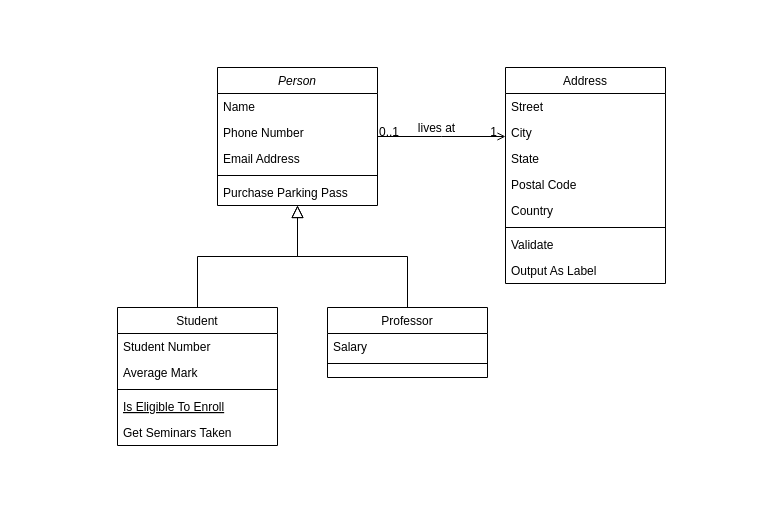
Before: trabalhoPOO.drawio in ViniciusHansen/diagramas, a draw.io diagram. Source tidied: cells renumbered, new cells numbered last; positions are measured from the earlier drawing's top-left corner, leaving out a move shared by most shapes. Both pictures are drawn from the tidied source at 100%, with x=0, y=0 at pixel (117, 67).
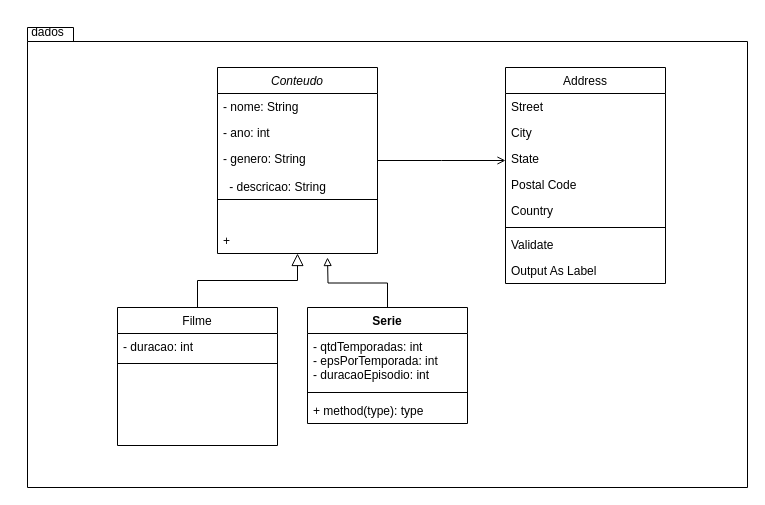
The same page after the edit.

The change refers to these unchanged cells:
```xml
<mxCell id="28" style="endArrow=open;shadow=0;strokeWidth=1;rounded=0;endFill=1;edgeStyle=elbowEdgeStyle;elbow=vertical;" parent="1" edge="1" source="2" target="19">
  <mxGeometry x="0.5" y="41" relative="1" as="geometry">
    <mxPoint x="-40" y="32" as="offset" />
  </mxGeometry>
</mxCell>
```

The edit, as a diff of the source:
```diff
@@
+    <mxCell id="32" style="shape=folder;fontStyle=1;spacingTop=10;tabWidth=40;tabHeight=14;tabPosition=left;html=1;" parent="1" vertex="1">
+      <mxGeometry x="-90" y="-40" width="720" height="460" as="geometry" />
+    </mxCell>
-    <mxCell id="2" value="Person" style="swimlane;fontStyle=2;align=center;verticalAlign=top;horizontal=1;startSize=26;rounded=0;shadow=0;strokeWidth=1;" parent="1" vertex="1">
-      <mxGeometry x="100" width="160" height="138" as="geometry" />
+    <mxCell id="2" value="Conteudo" style="swimlane;fontStyle=2;align=center;verticalAlign=top;horizontal=1;startSize=26;rounded=0;shadow=0;strokeWidth=1;" parent="1" vertex="1">
+      <mxGeometry x="100" width="160" height="186" as="geometry" />
     </mxCell>
-    <mxCell id="3" value="Name" style="text;align=left;verticalAlign=top;spacingLeft=4;spacingRight=4;overflow=hidden;" parent="2" vertex="1">
+    <mxCell id="3" value="- nome: String&#10;" style="text;align=left;verticalAlign=top;spacingLeft=4;spacingRight=4;overflow=hidden;" parent="2" vertex="1">
       <mxGeometry y="26" width="160" height="26" as="geometry" />
     </mxCell>
-    <mxCell id="4" value="Phone Number" style="text;align=left;verticalAlign=top;spacingLeft=4;spacingRight=4;overflow=hidden;rounded=0;shadow=0;html=0;" parent="2" vertex="1">
+    <mxCell id="4" value="- ano: int" style="text;align=left;verticalAlign=top;spacingLeft=4;spacingRight=4;overflow=hidden;rounded=0;shadow=0;html=0;" parent="2" vertex="1">
       <mxGeometry y="52" width="160" height="26" as="geometry" />
     </mxCell>
-    <mxCell id="5" value="Email Address" style="text;align=left;verticalAlign=top;spacingLeft=4;spacingRight=4;overflow=hidden;rounded=0;shadow=0;html=0;" parent="2" vertex="1">
+    <mxCell id="5" value="- genero: String&#10;" style="text;align=left;verticalAlign=top;spacingLeft=4;spacingRight=4;overflow=hidden;rounded=0;shadow=0;html=0;" parent="2" vertex="1">
       <mxGeometry y="78" width="160" height="26" as="geometry" />
     </mxCell>
     <mxCell id="6" style="line;html=1;strokeWidth=1;align=left;verticalAlign=middle;spacingTop=-1;spacingLeft=3;spacingRight=3;labelPosition=right;" parent="2" vertex="1">
-      <mxGeometry y="104" width="160" height="8" as="geometry" />
+      <mxGeometry y="104" width="160" height="56" as="geometry" />
     </mxCell>
-    <mxCell id="7" value="Purchase Parking Pass" style="text;align=left;verticalAlign=top;spacingLeft=4;spacingRight=4;overflow=hidden;" parent="2" vertex="1">
-      <mxGeometry y="112" width="160" height="26" as="geometry" />
+    <mxCell id="7" value="+" style="text;align=left;verticalAlign=top;spacingLeft=4;spacingRight=4;overflow=hidden;" parent="2" vertex="1">
+      <mxGeometry y="160" width="160" height="26" as="geometry" />
     </mxCell>
-    <mxCell id="8" value="Student" style="swimlane;fontStyle=0;align=center;verticalAlign=top;horizontal=1;startSize=26;rounded=0;shadow=0;strokeWidth=1;" parent="1" vertex="1">
+    <mxCell id="8" value="Filme" style="swimlane;fontStyle=0;align=center;verticalAlign=top;horizontal=1;startSize=26;rounded=0;shadow=0;strokeWidth=1;" parent="1" vertex="1">
       <mxGeometry y="240" width="160" height="138" as="geometry" />
     </mxCell>
-    <mxCell id="9" value="Student Number" style="text;align=left;verticalAlign=top;spacingLeft=4;spacingRight=4;overflow=hidden;" parent="8" vertex="1">
+    <mxCell id="9" value="- duracao: int" style="text;align=left;verticalAlign=top;spacingLeft=4;spacingRight=4;overflow=hidden;" parent="8" vertex="1">
       <mxGeometry y="26" width="160" height="26" as="geometry" />
     </mxCell>
-    <mxCell id="10" value="Average Mark" style="text;align=left;verticalAlign=top;spacingLeft=4;spacingRight=4;overflow=hidden;rounded=0;shadow=0;html=0;" parent="8" vertex="1">
-      <mxGeometry y="52" width="160" height="26" as="geometry" />
-    </mxCell>
     <mxCell id="11" style="line;html=1;strokeWidth=1;align=left;verticalAlign=middle;spacingTop=-1;spacingLeft=3;spacingRight=3;labelPosition=right;" parent="8" vertex="1">
-      <mxGeometry y="78" width="160" height="8" as="geometry" />
+      <mxGeometry y="52" width="160" height="8" as="geometry" />
     </mxCell>
-    <mxCell id="12" value="Is Eligible To Enroll" style="text;align=left;verticalAlign=top;spacingLeft=4;spacingRight=4;overflow=hidden;fontStyle=4;" parent="8" vertex="1">
-      <mxGeometry y="86" width="160" height="26" as="geometry" />
-    </mxCell>
-    <mxCell id="13" value="Get Seminars Taken" style="text;align=left;verticalAlign=top;spacingLeft=4;spacingRight=4;overflow=hidden;" parent="8" vertex="1">
-      <mxGeometry y="112" width="160" height="26" as="geometry" />
-    </mxCell>
@@
-    <mxCell id="15" value="Professor" style="swimlane;fontStyle=0;align=center;verticalAlign=top;horizontal=1;startSize=26;rounded=0;shadow=0;strokeWidth=1;" parent="1" vertex="1">
-      <mxGeometry x="210" y="240" width="160" height="70" as="geometry" />
-    </mxCell>
-    <mxCell id="16" value="Salary" style="text;align=left;verticalAlign=top;spacingLeft=4;spacingRight=4;overflow=hidden;" parent="15" vertex="1">
-      <mxGeometry y="26" width="160" height="26" as="geometry" />
-    </mxCell>
-    <mxCell id="17" style="line;html=1;strokeWidth=1;align=left;verticalAlign=middle;spacingTop=-1;spacingLeft=3;spacingRight=3;labelPosition=right;" parent="15" vertex="1">
-      <mxGeometry y="52" width="160" height="8" as="geometry" />
-    </mxCell>
-    <mxCell id="18" style="endArrow=block;endSize=10;endFill=0;shadow=0;strokeWidth=1;rounded=0;edgeStyle=elbowEdgeStyle;elbow=vertical;" parent="1" edge="1" source="15" target="2">
-      <mxGeometry relative="1" as="geometry" />
-    </mxCell>
@@
-    <mxCell id="29" value="0..1" style="align=left;verticalAlign=bottom;labelBackgroundColor=none;fontSize=12;" parent="28" vertex="1">
-      <mxGeometry x="-1" relative="1" as="geometry">
-        <mxPoint y="4" as="offset" />
-      </mxGeometry>
-    </mxCell>
-    <mxCell id="30" value="1" style="align=right;verticalAlign=bottom;labelBackgroundColor=none;fontSize=12;" parent="28" vertex="1">
-      <mxGeometry x="1" relative="1" as="geometry">
-        <mxPoint x="-7" y="4" as="offset" />
-      </mxGeometry>
-    </mxCell>
-    <mxCell id="31" value="lives at" style="text;html=1;align=center;verticalAlign=middle;labelBackgroundColor=none;rounded=0;shadow=0;strokeWidth=1;fontSize=12;" parent="28" vertex="1">
-      <mxGeometry x="0.5" y="49" relative="1" as="geometry">
-        <mxPoint x="-38" y="40" as="offset" />
-      </mxGeometry>
-    </mxCell>
+    <mxCell id="33" style="edgeStyle=orthogonalEdgeStyle;rounded=0;jettySize=auto;html=1;endArrow=block;endFill=0;" parent="1" edge="1" source="34">
+      <mxGeometry relative="1" as="geometry">
+        <mxPoint x="210" y="190" as="targetPoint" />
+      </mxGeometry>
+    </mxCell>
+    <mxCell id="34" value="Serie" style="swimlane;fontStyle=1;align=center;verticalAlign=top;horizontal=1;startSize=26;" parent="1" vertex="1">
+      <mxGeometry x="190" y="240" width="160" height="116" as="geometry" />
+    </mxCell>
+    <mxCell id="35" value="- qtdTemporadas: int&#10;- epsPorTemporada: int&#10;- duracaoEpisodio: int&#10;&#10;" style="text;strokeColor=none;fillColor=none;align=left;verticalAlign=top;spacingLeft=4;spacingRight=4;overflow=hidden;" parent="34" vertex="1">
+      <mxGeometry y="26" width="160" height="54" as="geometry" />
+    </mxCell>
+    <mxCell id="36" style="line;strokeWidth=1;fillColor=none;align=left;verticalAlign=middle;spacingTop=-1;spacingLeft=3;spacingRight=3;labelPosition=right;strokeColor=inherit;" parent="34" vertex="1">
+      <mxGeometry y="80" width="160" height="10" as="geometry" />
+    </mxCell>
+    <mxCell id="37" value="+ method(type): type" style="text;strokeColor=none;fillColor=none;align=left;verticalAlign=top;spacingLeft=4;spacingRight=4;overflow=hidden;" parent="34" vertex="1">
+      <mxGeometry y="90" width="160" height="26" as="geometry" />
+    </mxCell>
+    <mxCell id="38" value="- descricao: String" style="text;html=1;align=center;verticalAlign=middle;strokeColor=none;fillColor=none;" parent="1" vertex="1">
+      <mxGeometry x="90" y="105" width="140" height="30" as="geometry" />
+    </mxCell>
+    <mxCell id="39" value="dados" style="text;html=1;align=center;verticalAlign=middle;strokeColor=none;fillColor=none;" parent="1" vertex="1">
+      <mxGeometry x="-100" y="-50" width="60" height="30" as="geometry" />
+    </mxCell>
```
